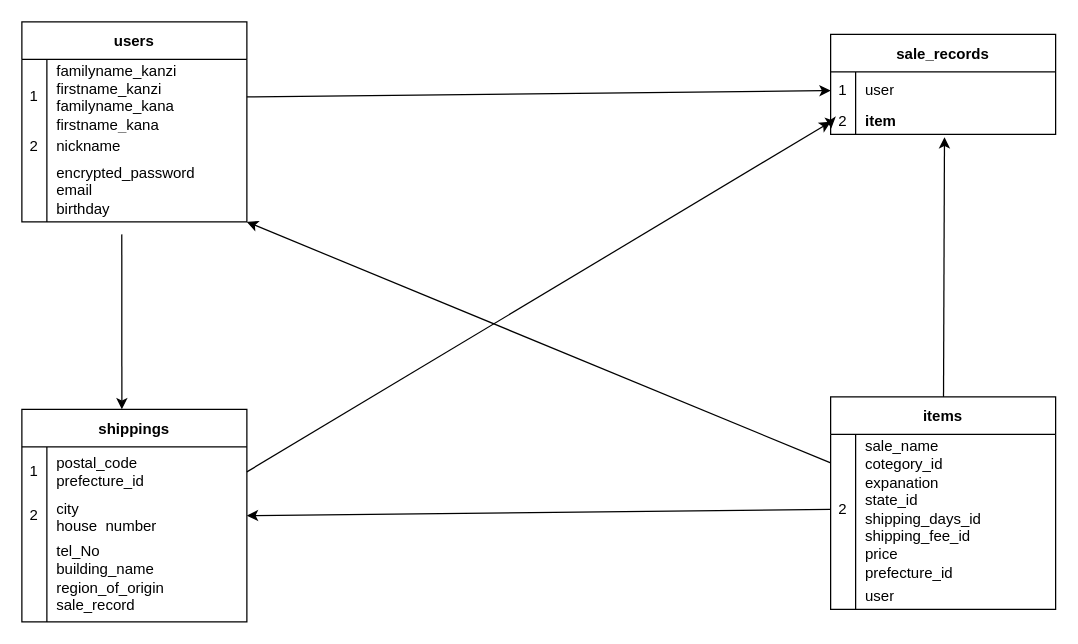
Before: furima.dio in waiwaitarou/furima-41380, a draw.io diagram. Source tidied: cells renumbered, new cells numbered last; positions are measured from the earlier drawing's top-left corner, leaving out a move shared by most shapes. Both pictures are drawn from the tidied source at 125%, with x=0, y=0 at pixel (21, 21).
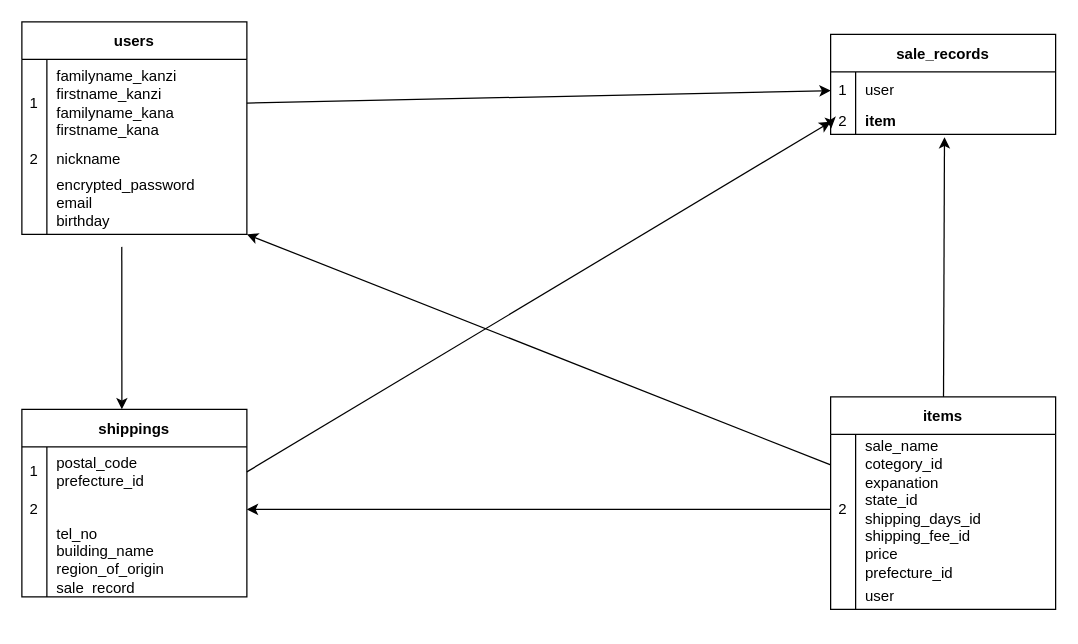
Above is the later version.

The edit, as a diff of the source:
```diff
@@
     <mxCell id="2" value="users" style="shape=table;startSize=30;childLayout=tableLayout;rowLines=0;fontStyle=1;" parent="1" vertex="1">
-      <mxGeometry width="180" height="160" as="geometry" />
+      <mxGeometry width="180" height="170" as="geometry" />
     </mxCell>
     <mxCell id="3" style="shape=tableRow;horizontal=0;startSize=0;swimlaneHead=0;swimlaneBody=0;top=0;left=0;bottom=0;right=0;fillColor=none;points=[[0,0.5],[1,0.5]];portConstraint=eastwest;" parent="2" vertex="1">
-      <mxGeometry y="30" width="180" height="60" as="geometry" />
+      <mxGeometry y="30" width="180" height="70" as="geometry" />
     </mxCell>
     <mxCell id="4" value="1" style="shape=partialRectangle;html=1;whiteSpace=wrap;fillColor=none;top=0;left=0;bottom=0;right=0;overflow=hidden;" parent="3" vertex="1">
-      <mxGeometry width="20" height="60" as="geometry" />
+      <mxGeometry width="20" height="70" as="geometry" />
     </mxCell>
     <mxCell id="5" value="familyname_kanzi&lt;br&gt;firstname_kanzi&lt;br&gt;familyname_kana&lt;br&gt;firstname_kana&lt;br&gt;" style="shape=partialRectangle;html=1;whiteSpace=wrap;fillColor=none;top=0;left=0;bottom=0;right=0;align=left;spacingLeft=6;overflow=hidden;" parent="3" vertex="1">
-      <mxGeometry x="20" width="160" height="60" as="geometry" />
+      <mxGeometry x="20" width="160" height="70" as="geometry" />
     </mxCell>
     <mxCell id="6" style="shape=tableRow;horizontal=0;startSize=0;swimlaneHead=0;swimlaneBody=0;top=0;left=0;bottom=0;right=0;fillColor=none;" parent="2" vertex="1">
-      <mxGeometry y="90" width="180" height="20" as="geometry" />
+      <mxGeometry y="100" width="180" height="20" as="geometry" />
     </mxCell>
@@
     <mxCell id="9" style="shape=tableRow;horizontal=0;startSize=0;swimlaneHead=0;swimlaneBody=0;top=0;left=0;bottom=0;right=0;fillColor=none;points=[[0,0.5],[1,0.5]];portConstraint=eastwest;" parent="2" vertex="1">
-      <mxGeometry y="110" width="180" height="50" as="geometry" />
+      <mxGeometry y="120" width="180" height="50" as="geometry" />
     </mxCell>
@@
     <mxCell id="28" value="shippings" style="shape=table;startSize=30;childLayout=tableLayout;rowLines=0;fontStyle=1;" parent="1" vertex="1">
-      <mxGeometry y="310" width="180" height="170" as="geometry" />
+      <mxGeometry y="310" width="180" height="150" as="geometry" />
     </mxCell>
@@
     <mxCell id="32" style="shape=tableRow;horizontal=0;startSize=0;swimlaneHead=0;swimlaneBody=0;top=0;left=0;bottom=0;right=0;fillColor=none;points=[[0,0.5],[1,0.5]];portConstraint=eastwest;" parent="28" vertex="1">
-      <mxGeometry y="70" width="180" height="30" as="geometry" />
+      <mxGeometry y="70" width="180" height="20" as="geometry" />
     </mxCell>
     <mxCell id="33" value="2" style="shape=partialRectangle;html=1;whiteSpace=wrap;fillColor=none;top=0;left=0;bottom=0;right=0;overflow=hidden;" parent="32" vertex="1">
-      <mxGeometry width="20" height="30" as="geometry" />
+      <mxGeometry width="20" height="20" as="geometry" />
     </mxCell>
-    <mxCell id="34" value="city&lt;br&gt;house_number" style="shape=partialRectangle;html=1;whiteSpace=wrap;fillColor=none;top=0;left=0;bottom=0;right=0;align=left;spacingLeft=6;overflow=hidden;" parent="32" vertex="1">
-      <mxGeometry x="20" width="160" height="30" as="geometry" />
+    <mxCell id="34" style="shape=partialRectangle;html=1;whiteSpace=wrap;fillColor=none;top=0;left=0;bottom=0;right=0;align=left;spacingLeft=6;overflow=hidden;" parent="32" vertex="1">
+      <mxGeometry x="20" width="160" height="20" as="geometry" />
     </mxCell>
     <mxCell id="35" style="shape=tableRow;horizontal=0;startSize=0;swimlaneHead=0;swimlaneBody=0;top=0;left=0;bottom=0;right=0;fillColor=none;" parent="28" vertex="1">
-      <mxGeometry y="100" width="180" height="70" as="geometry" />
+      <mxGeometry y="90" width="180" height="60" as="geometry" />
     </mxCell>
     <mxCell id="36" style="shape=partialRectangle;html=1;whiteSpace=wrap;fillColor=none;top=0;left=0;bottom=0;right=0;overflow=hidden;" parent="35" vertex="1">
-      <mxGeometry width="20" height="70" as="geometry" />
+      <mxGeometry width="20" height="60" as="geometry" />
     </mxCell>
-    <mxCell id="37" value="tel_No&lt;br&gt;building_name&lt;br&gt;region_of_origin&lt;br&gt;sale_record" style="shape=partialRectangle;html=1;whiteSpace=wrap;fillColor=none;top=0;left=0;bottom=0;right=0;align=left;spacingLeft=6;overflow=hidden;" parent="35" vertex="1">
-      <mxGeometry x="20" width="160" height="70" as="geometry" />
+    <mxCell id="37" value="tel_no&lt;br&gt;building_name&lt;br&gt;region_of_origin&lt;br&gt;sale_record" style="shape=partialRectangle;html=1;whiteSpace=wrap;fillColor=none;top=0;left=0;bottom=0;right=0;align=left;spacingLeft=6;overflow=hidden;" parent="35" vertex="1">
+      <mxGeometry x="20" width="160" height="60" as="geometry" />
     </mxCell>
```
